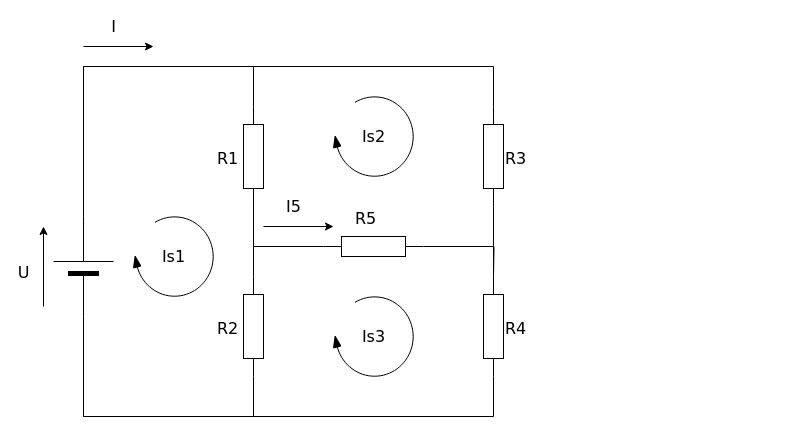
Before: Untitled Diagram.drawio in timaracov/electrical-engineering, a draw.io diagram. Source tidied: cells renumbered, new cells numbered last; positions are measured from the earlier drawing's top-left corner, leaving out a move shared by most shapes. Both pictures are drawn from the tidied source at 100%, with x=0, y=0 at pixel (33, 46).
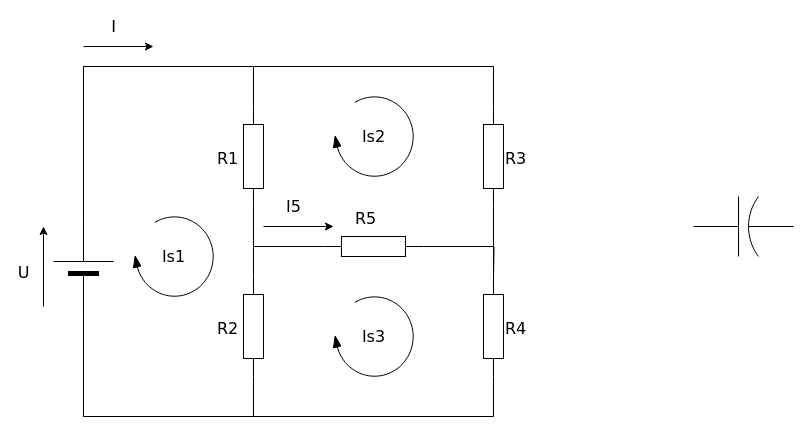
After the change.

Diff of the diagram source:
```diff
@@
+    <mxCell id="27" style="verticalLabelPosition=bottom;shadow=0;dashed=0;align=center;html=1;verticalAlign=top;shape=mxgraph.electrical.capacitors.capacitor_2;" parent="1" vertex="1">
+      <mxGeometry x="660" y="150" width="100" height="60" as="geometry" />
+    </mxCell>
```
